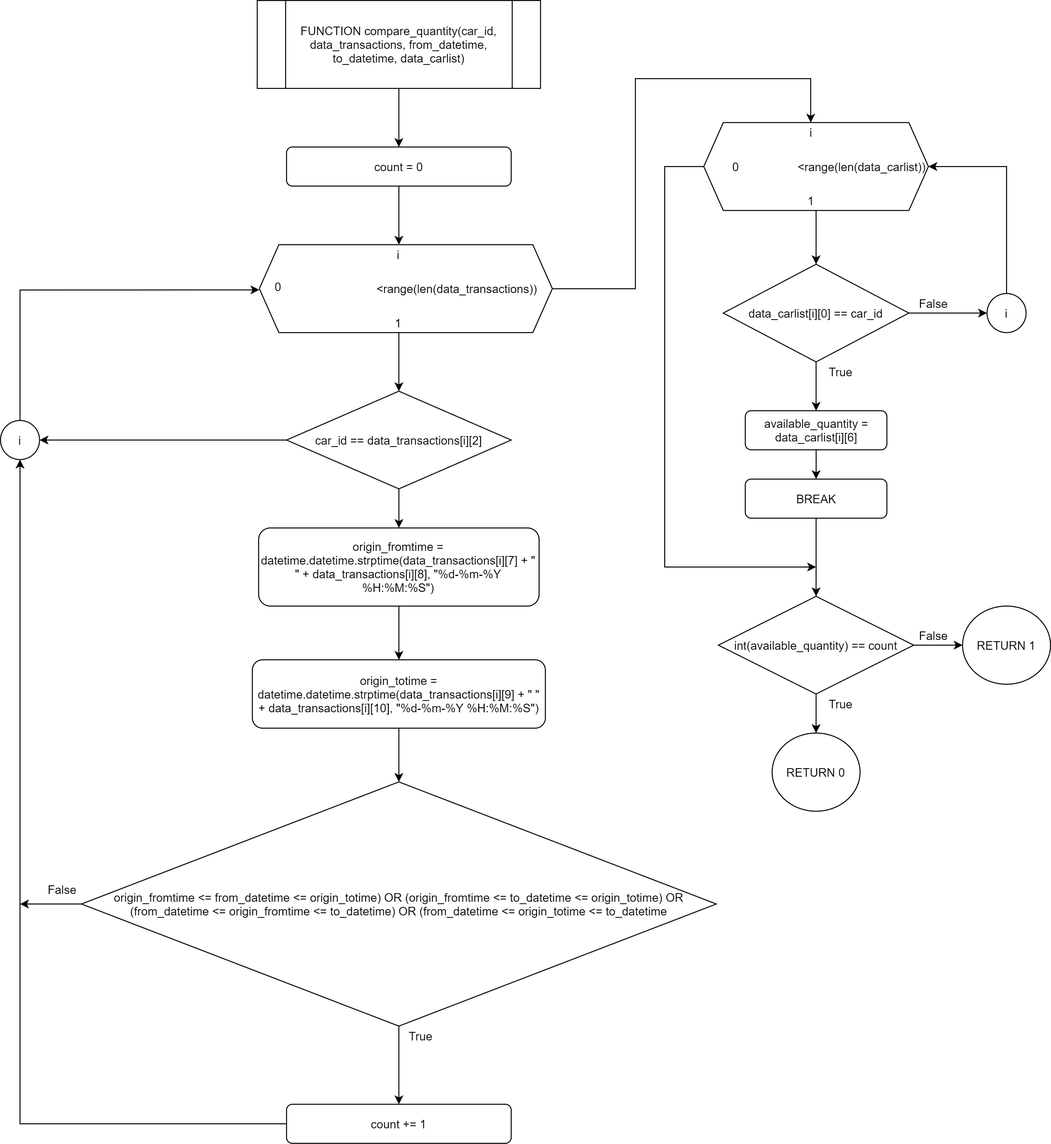
RabbitBear00/Car-Rental-System keeps this draw.io diagram as Flowchart/clients/compare_quantity.png. Above is the earlier version. Source tidied: cells renumbered, new cells last; positions are measured from the earlier drawing's top-left corner, leaving out a move shared by most shapes.
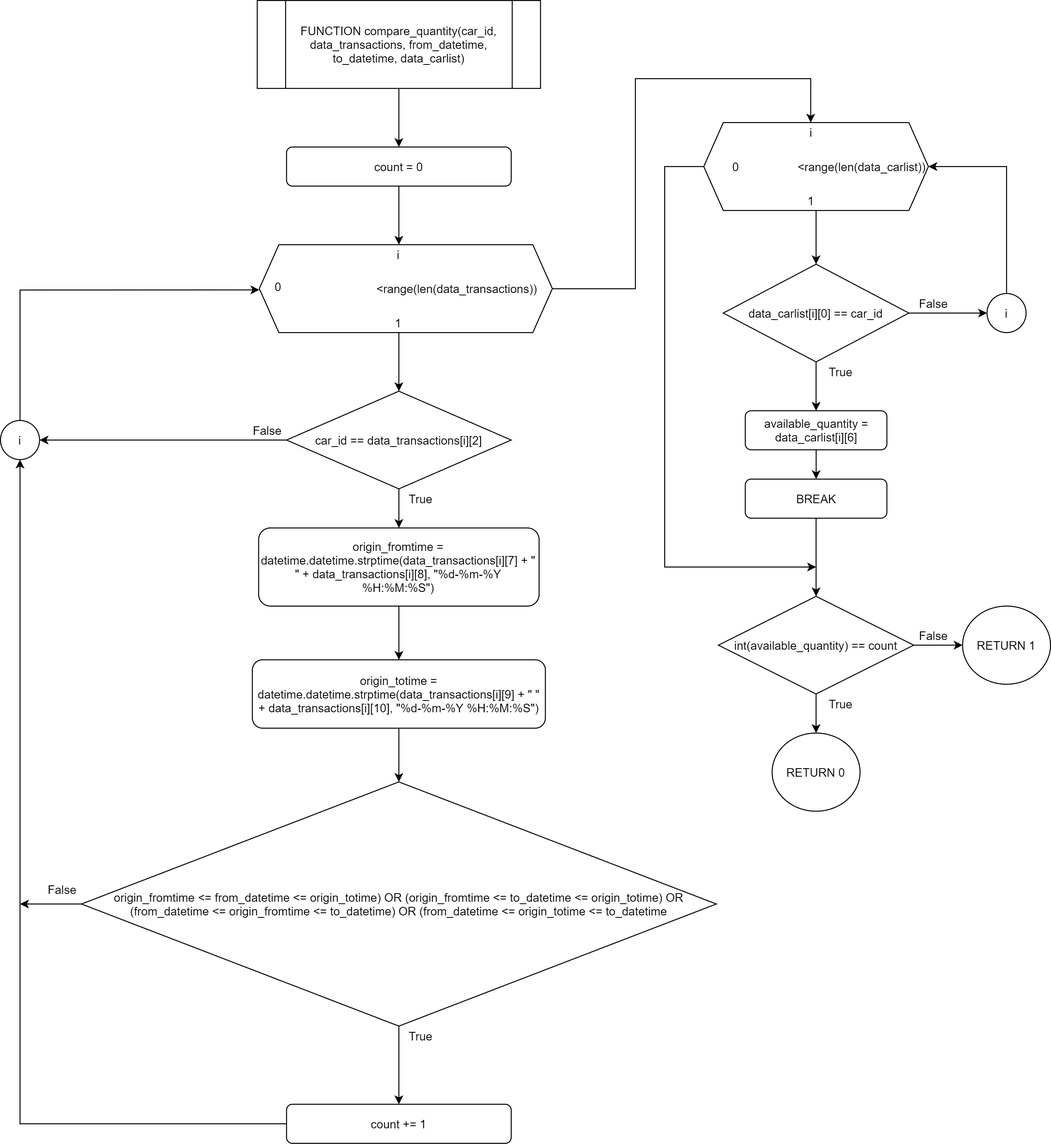
The same file after the commit.

What changed in the source:
```diff
@@ -186,5 +186,11 @@
     <mxCell id="55" value="False" style="text;html=1;align=center;verticalAlign=middle;strokeColor=none;" parent="1" vertex="1">
       <mxGeometry x="935" y="300" width="40" height="20" as="geometry" />
     </mxCell>
+    <mxCell id="56" value="True" style="text;html=1;align=center;verticalAlign=middle;strokeColor=none;" parent="1" vertex="1">
+      <mxGeometry x="410" y="500" width="40" height="20" as="geometry" />
+    </mxCell>
+    <mxCell id="57" value="False" style="text;html=1;align=center;verticalAlign=middle;strokeColor=none;" parent="1" vertex="1">
+      <mxGeometry x="253" y="430" width="40" height="20" as="geometry" />
+    </mxCell>
   </root>
 </mxGraphModel>
```
